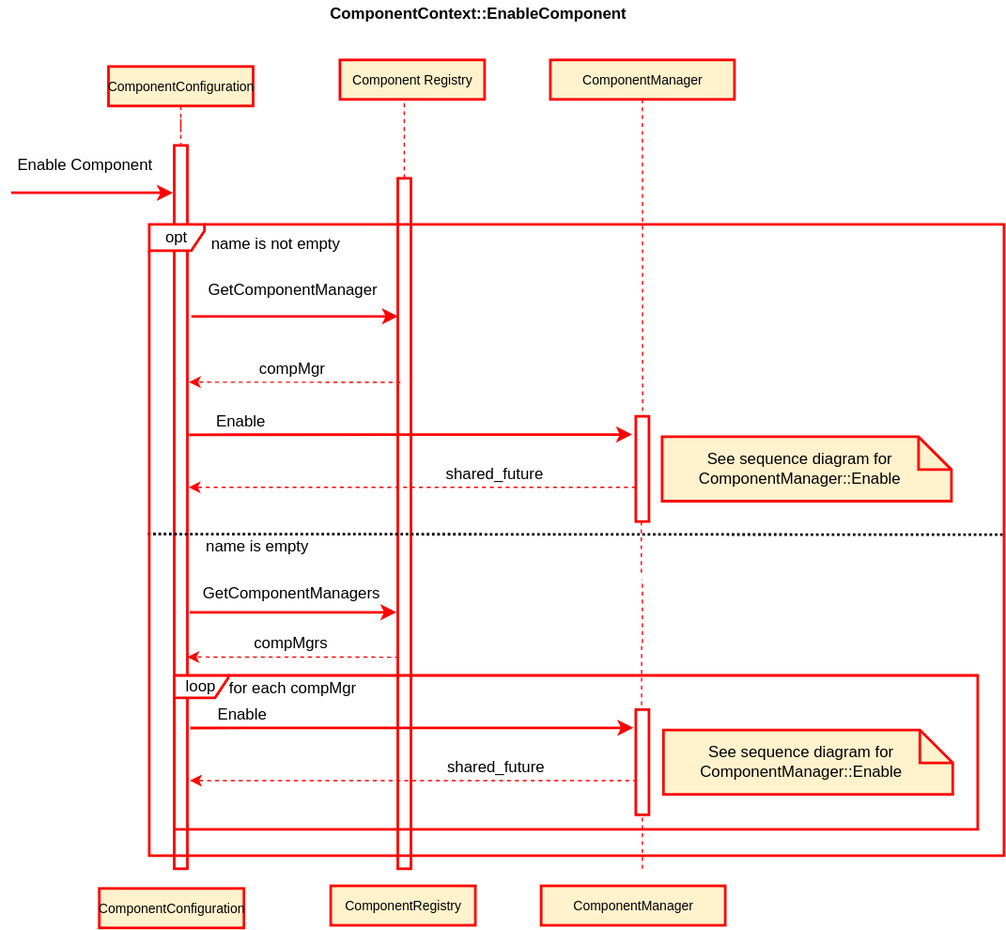
The draw.io diagram text/0003-declarative-services/ComponentContextEnableComponent.svg in CppMicroServices/rfcs, before a commit. Source tidied: cells renumbered, new cells last; positions are measured from the earlier drawing's top-left corner, leaving out a move shared by most shapes.
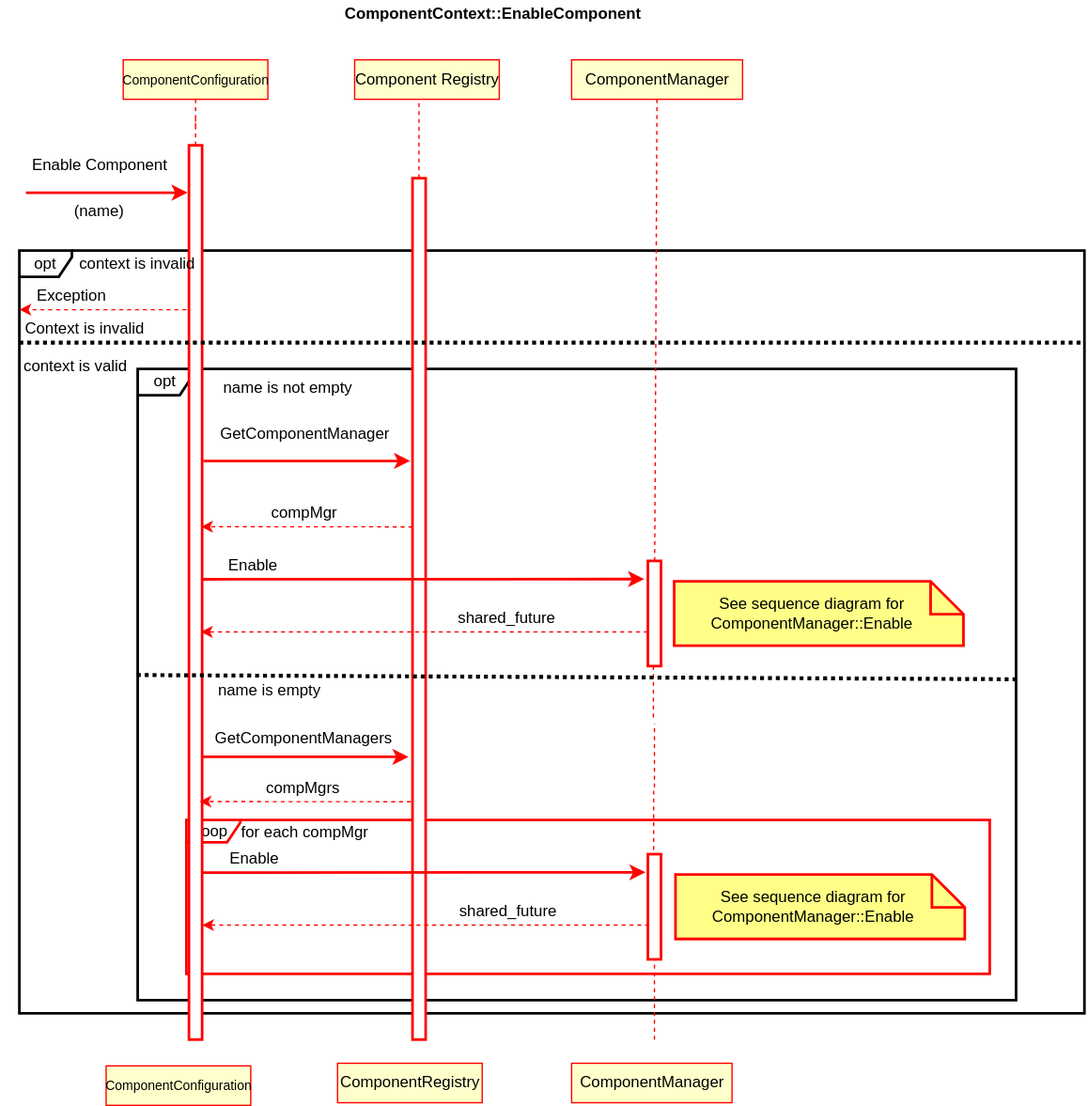
Later version of the same file.

The edit, as a diff of the source:
```diff
@@ -2,45 +2,54 @@
   <root>
     <mxCell id="0" />
     <mxCell id="1" parent="0" />
+    <mxCell id="45" value="loop" style="shape=umlFrame;whiteSpace=wrap;html=1;strokeColor=#FF0000;strokeWidth=2;width=41;height=17;" parent="1" vertex="1">
+      <mxGeometry x="125" y="513" width="611" height="117" as="geometry" />
+    </mxCell>
+    <mxCell id="47" value="opt" style="shape=umlFrame;whiteSpace=wrap;html=1;width=40;height=20;strokeWidth=2;" parent="1" vertex="1">
+      <mxGeometry x="-2" y="80" width="810" height="580" as="geometry" />
+    </mxCell>
+    <mxCell id="46" value="opt" style="shape=umlFrame;whiteSpace=wrap;html=1;strokeWidth=2;width=42;height=20;" parent="1" vertex="1">
+      <mxGeometry x="88" y="170" width="668" height="480" as="geometry" />
+    </mxCell>
     <mxCell id="2" style="html=1;points=[];perimeter=orthogonalPerimeter;strokeWidth=2;strokeColor=#FF0000;" parent="1" vertex="1">
-      <mxGeometry x="125" y="110" width="10" height="550" as="geometry" />
+      <mxGeometry x="127" width="10" height="680" as="geometry" />
     </mxCell>
     <mxCell id="3" style="edgeStyle=orthogonalEdgeStyle;rounded=0;jettySize=auto;html=1;dashed=1;endArrow=none;endFill=0;strokeColor=#FF0000;strokeWidth=1;" parent="1" edge="1" source="4" target="2">
       <mxGeometry relative="1" as="geometry" />
     </mxCell>
-    <mxCell id="4" value="&lt;span style=&quot;font-size: 10px&quot;&gt;ComponentConfiguration&lt;/span&gt;" style="html=1;strokeWidth=2;fillColor=#fff2cc;strokeColor=#FF0000;" parent="1" vertex="1">
-      <mxGeometry x="75" y="50" width="110" height="30" as="geometry" />
+    <mxCell id="4" value="&lt;span style=&quot;font-size: 10px&quot;&gt;ComponentConfiguration&lt;/span&gt;" style="html=1;strokeWidth=1;strokeColor=#FF0000;fillColor=#FFFFCC;" parent="1" vertex="1">
+      <mxGeometry x="77" y="-65" width="110" height="30" as="geometry" />
     </mxCell>
     <mxCell id="5" value="&lt;font style=&quot;font-size: 12px&quot;&gt;&lt;b&gt;ComponentContext::EnableComponent&lt;br&gt;&lt;/b&gt;&lt;/font&gt;" style="text;html=1;align=center;verticalAlign=middle;fontSize=10;" parent="1" vertex="1">
-      <mxGeometry x="236" width="240" height="20" as="geometry" />
+      <mxGeometry x="238" y="-110" width="240" height="20" as="geometry" />
     </mxCell>
-    <mxCell id="6" value="&lt;font style=&quot;font-size: 10px&quot;&gt;Component Registry&lt;/font&gt;" style="html=1;strokeWidth=2;fontSize=10;fillColor=#fff2cc;strokeColor=#FF0000;" parent="1" vertex="1">
-      <mxGeometry x="251" y="45" width="110" height="30" as="geometry" />
+    <mxCell id="6" value="&lt;font style=&quot;font-size: 12px;&quot;&gt;Component Registry&lt;/font&gt;" style="html=1;strokeWidth=1;fontSize=12;strokeColor=#FF0000;fillColor=#FFFFCC;" parent="1" vertex="1">
+      <mxGeometry x="253" y="-65" width="110" height="30" as="geometry" />
     </mxCell>
     <mxCell id="7" style="edgeStyle=none;rounded=0;jettySize=auto;html=1;dashed=1;startArrow=none;startFill=0;endArrow=none;endFill=0;strokeWidth=1;fontSize=10;entryX=0.52;entryY=-0.007;entryDx=0;entryDy=0;entryPerimeter=0;strokeColor=#FF0000;" parent="1" edge="1" source="26">
       <mxGeometry relative="1" as="geometry">
         <mxPoint x="480.2" y="435.7" as="targetPoint" />
       </mxGeometry>
     </mxCell>
-    <mxCell id="8" value="&lt;font style=&quot;font-size: 10px&quot;&gt;ComponentManager&lt;/font&gt;" style="html=1;strokeWidth=2;fontSize=10;fillColor=#fff2cc;strokeColor=#FF0000;" parent="1" vertex="1">
-      <mxGeometry x="411" y="45" width="140" height="30" as="geometry" />
+    <mxCell id="8" value="&lt;font style=&quot;font-size: 12px;&quot;&gt;ComponentManager&lt;/font&gt;" style="html=1;strokeWidth=1;fontSize=12;strokeColor=#FF0000;fillColor=#FFFFCC;" parent="1" vertex="1">
+      <mxGeometry x="418" y="-65" width="130" height="30" as="geometry" />
     </mxCell>
     <mxCell id="9" style="edgeStyle=orthogonalEdgeStyle;rounded=0;jettySize=auto;html=1;entryX=0.445;entryY=1;entryDx=0;entryDy=0;entryPerimeter=0;dashed=1;endArrow=none;endFill=0;strokeColor=#FF0000;strokeWidth=1;" parent="1" edge="1" target="6">
       <mxGeometry relative="1" as="geometry">
-        <mxPoint x="300" y="225" as="sourcePoint" />
+        <mxPoint x="302" y="115" as="sourcePoint" />
       </mxGeometry>
     </mxCell>
     <mxCell id="10" style="html=1;perimeter=orthogonalPerimeter;strokeWidth=2;strokeColor=#FF0000;" parent="1" vertex="1">
-      <mxGeometry x="295" y="135" width="10" height="525" as="geometry" />
+      <mxGeometry x="297" y="25" width="10" height="655" as="geometry" />
     </mxCell>
     <mxCell id="11" style="endArrow=classic;html=1;strokeColor=#FF0000;strokeWidth=2;" parent="1" edge="1">
       <mxGeometry relative="1" as="geometry">
-        <mxPoint x="1" y="146" as="sourcePoint" />
-        <mxPoint x="124" y="146" as="targetPoint" />
+        <mxPoint x="3" y="36" as="sourcePoint" />
+        <mxPoint x="126" y="36" as="targetPoint" />
       </mxGeometry>
     </mxCell>
     <mxCell id="12" value="Enable Component" style="text;html=1;strokeColor=none;fillColor=none;align=center;verticalAlign=middle;whiteSpace=wrap;rounded=0;" parent="1" vertex="1">
-      <mxGeometry x="-0.5" y="115" width="115" height="20" as="geometry" />
+      <mxGeometry x="1.5" y="5" width="115" height="20" as="geometry" />
     </mxCell>
     <mxCell id="13" style="endArrow=classic;html=1;strokeColor=#FF0000;strokeWidth=2;entryX=-0.28;entryY=0.067;entryDx=0;entryDy=0;entryPerimeter=0;" parent="1" edge="1">
       <mxGeometry relative="1" as="geometry">
@@ -51,9 +60,8 @@
     <mxCell id="14" value="GetComponentManager" style="text;html=1;align=center;verticalAlign=middle;" parent="1" vertex="1">
       <mxGeometry x="144.8" y="210" width="140" height="20" as="geometry" />
     </mxCell>
-    <mxCell id="15" style="endArrow=none;html=1;dashed=1;strokeWidth=2;dashPattern=1 1;" parent="1" edge="1">
+    <mxCell id="15" style="endArrow=none;html=1;dashed=1;strokeWidth=3;dashPattern=1 1;exitX=-0.001;exitY=0.485;exitDx=0;exitDy=0;exitPerimeter=0;" parent="1" edge="1" source="46">
       <mxGeometry relative="1" as="geometry">
-        <mxPoint x="105" y="405.5" as="sourcePoint" />
         <mxPoint x="756" y="406" as="targetPoint" />
       </mxGeometry>
     </mxCell>
@@ -62,20 +70,20 @@
         <mxPoint x="481" y="440" as="targetPoint" />
       </mxGeometry>
     </mxCell>
-    <mxCell id="17" style="shape=note2;boundedLbl=1;whiteSpace=wrap;html=1;size=25;verticalAlign=top;align=center;strokeWidth=2;fillColor=#fff2cc;strokeColor=#FF0000;" parent="1" vertex="1">
+    <mxCell id="17" style="shape=note2;boundedLbl=1;whiteSpace=wrap;html=1;size=25;verticalAlign=top;align=center;strokeWidth=2;fillColor=#ffff88;strokeColor=#FF0000;" parent="1" vertex="1">
       <mxGeometry x="496" y="331.5" width="220" height="49" as="geometry" />
     </mxCell>
     <mxCell id="18" value="See sequence diagram for ComponentManager::Enable" style="text;html=1;strokeColor=none;fillColor=none;align=center;verticalAlign=middle;whiteSpace=wrap;rounded=0;" parent="1" vertex="1">
       <mxGeometry x="516" y="346" width="170" height="20" as="geometry" />
     </mxCell>
-    <mxCell id="19" value="&lt;span style=&quot;font-size: 10px&quot;&gt;ComponentConfiguration&lt;/span&gt;" style="html=1;strokeWidth=2;fillColor=#fff2cc;strokeColor=#FF0000;" parent="1" vertex="1">
-      <mxGeometry x="68" y="675" width="110" height="30" as="geometry" />
+    <mxCell id="19" value="&lt;span style=&quot;font-size: 10px&quot;&gt;ComponentConfiguration&lt;/span&gt;" style="html=1;strokeWidth=1;strokeColor=#FF0000;fillColor=#FFFFCC;" parent="1" vertex="1">
+      <mxGeometry x="64" y="700" width="110" height="30" as="geometry" />
     </mxCell>
-    <mxCell id="20" value="&lt;font style=&quot;font-size: 10px&quot;&gt;ComponentRegistry&lt;/font&gt;" style="html=1;strokeWidth=2;fontSize=10;fillColor=#fff2cc;strokeColor=#FF0000;" parent="1" vertex="1">
-      <mxGeometry x="244" y="673" width="110" height="30" as="geometry" />
+    <mxCell id="20" value="&lt;font style=&quot;font-size: 12px;&quot;&gt;ComponentRegistry&lt;/font&gt;" style="html=1;strokeWidth=1;fontSize=12;strokeColor=#FF0000;fillColor=#FFFFCC;" parent="1" vertex="1">
+      <mxGeometry x="240" y="698" width="110" height="30" as="geometry" />
     </mxCell>
-    <mxCell id="21" value="&lt;font style=&quot;font-size: 10px&quot;&gt;ComponentManager&lt;/font&gt;" style="html=1;strokeWidth=2;fontSize=10;fillColor=#fff2cc;strokeColor=#FF0000;" parent="1" vertex="1">
-      <mxGeometry x="404" y="673" width="140" height="30" as="geometry" />
+    <mxCell id="21" value="&lt;font style=&quot;font-size: 12px;&quot;&gt;ComponentManager&lt;/font&gt;" style="html=1;strokeWidth=1;fontSize=12;strokeColor=#FF0000;fillColor=#FFFFCC;" parent="1" vertex="1">
+      <mxGeometry x="418" y="698" width="122" height="30" as="geometry" />
     </mxCell>
     <mxCell id="22" value="name is not empty" style="text;html=1;strokeColor=none;fillColor=none;align=center;verticalAlign=middle;whiteSpace=wrap;rounded=0;" parent="1" vertex="1">
       <mxGeometry x="141.8" y="175" width="121" height="20" as="geometry" />
@@ -139,7 +147,7 @@
     <mxCell id="36" value="for each compMgr" style="text;html=1;strokeColor=none;fillColor=none;align=center;verticalAlign=middle;whiteSpace=wrap;rounded=0;" parent="1" vertex="1">
       <mxGeometry x="155" y="512.5" width="121" height="20" as="geometry" />
     </mxCell>
-    <mxCell id="37" style="shape=note2;boundedLbl=1;whiteSpace=wrap;html=1;size=25;verticalAlign=top;align=center;strokeWidth=2;fillColor=#fff2cc;strokeColor=#FF0000;" parent="1" vertex="1">
+    <mxCell id="37" style="shape=note2;boundedLbl=1;whiteSpace=wrap;html=1;size=25;verticalAlign=top;align=center;strokeWidth=2;fillColor=#ffff88;strokeColor=#FF0000;" parent="1" vertex="1">
       <mxGeometry x="497" y="554.5" width="220" height="49" as="geometry" />
     </mxCell>
     <mxCell id="38" value="See sequence diagram for ComponentManager::Enable" style="text;html=1;strokeColor=none;fillColor=none;align=center;verticalAlign=middle;whiteSpace=wrap;rounded=0;" parent="1" vertex="1">
@@ -171,14 +179,35 @@
     </mxCell>
     <mxCell id="44" style="edgeStyle=orthogonalEdgeStyle;rounded=0;jettySize=auto;html=1;dashed=1;endArrow=none;endFill=0;strokeWidth=1;strokeColor=#FF0000;" parent="1" edge="1" target="43">
       <mxGeometry relative="1" as="geometry">
-        <mxPoint x="481" y="660" as="sourcePoint" />
+        <mxPoint x="481" y="680" as="sourcePoint" />
       </mxGeometry>
     </mxCell>
-    <mxCell id="45" value="loop" style="shape=umlFrame;whiteSpace=wrap;html=1;strokeColor=#FF0000;strokeWidth=2;width=41;height=17;" parent="1" vertex="1">
-      <mxGeometry x="125" y="513" width="611" height="117" as="geometry" />
-    </mxCell>
-    <mxCell id="46" value="opt" style="shape=umlFrame;whiteSpace=wrap;html=1;strokeColor=#FF0000;strokeWidth=2;width=42;height=20;" parent="1" vertex="1">
-      <mxGeometry x="106" y="170" width="650" height="480" as="geometry" />
-    </mxCell>
+    <mxCell id="48" value="context is invalid" style="text;html=1;strokeColor=none;fillColor=none;align=center;verticalAlign=middle;whiteSpace=wrap;rounded=0;" parent="1" vertex="1">
+      <mxGeometry x="31" y="80" width="113.8" height="20" as="geometry" />
+    </mxCell>
+    <mxCell id="49" style="endArrow=classic;html=1;strokeColor=#FF0000;dashed=1;" parent="1" edge="1">
+      <mxGeometry relative="1" as="geometry">
+        <mxPoint x="125" y="125" as="sourcePoint" />
+        <mxPoint x="-2" y="125" as="targetPoint" />
+      </mxGeometry>
+    </mxCell>
+    <mxCell id="50" value="Exception" style="text;html=1;strokeColor=none;fillColor=none;align=center;verticalAlign=middle;whiteSpace=wrap;rounded=0;" parent="1" vertex="1">
+      <mxGeometry x="18" y="105" width="40" height="20" as="geometry" />
+    </mxCell>
+    <mxCell id="51" value="Context is invalid" style="text;html=1;strokeColor=none;fillColor=none;align=center;verticalAlign=middle;whiteSpace=wrap;rounded=0;" parent="1" vertex="1">
+      <mxGeometry x="-2" y="120" width="100" height="40" as="geometry" />
+    </mxCell>
+    <mxCell id="52" value="context is valid" style="text;html=1;strokeColor=none;fillColor=none;align=center;verticalAlign=middle;whiteSpace=wrap;rounded=0;" parent="1" vertex="1">
+      <mxGeometry x="-15.8" y="155" width="113.8" height="25" as="geometry" />
+    </mxCell>
+    <mxCell id="53" style="endArrow=none;dashed=1;html=1;strokeWidth=3;dashPattern=1 1;" parent="1" edge="1">
+      <mxGeometry relative="1" as="geometry">
+        <mxPoint x="-2" y="150" as="sourcePoint" />
+        <mxPoint x="808" y="150" as="targetPoint" />
+      </mxGeometry>
+    </mxCell>
+    <mxCell id="54" value="(name)" style="text;html=1;strokeColor=none;fillColor=none;align=center;verticalAlign=middle;whiteSpace=wrap;rounded=0;" parent="1" vertex="1">
+      <mxGeometry x="39" y="40" width="40" height="20" as="geometry" />
+    </mxCell>
   </root>
 </mxGraphModel>
```
